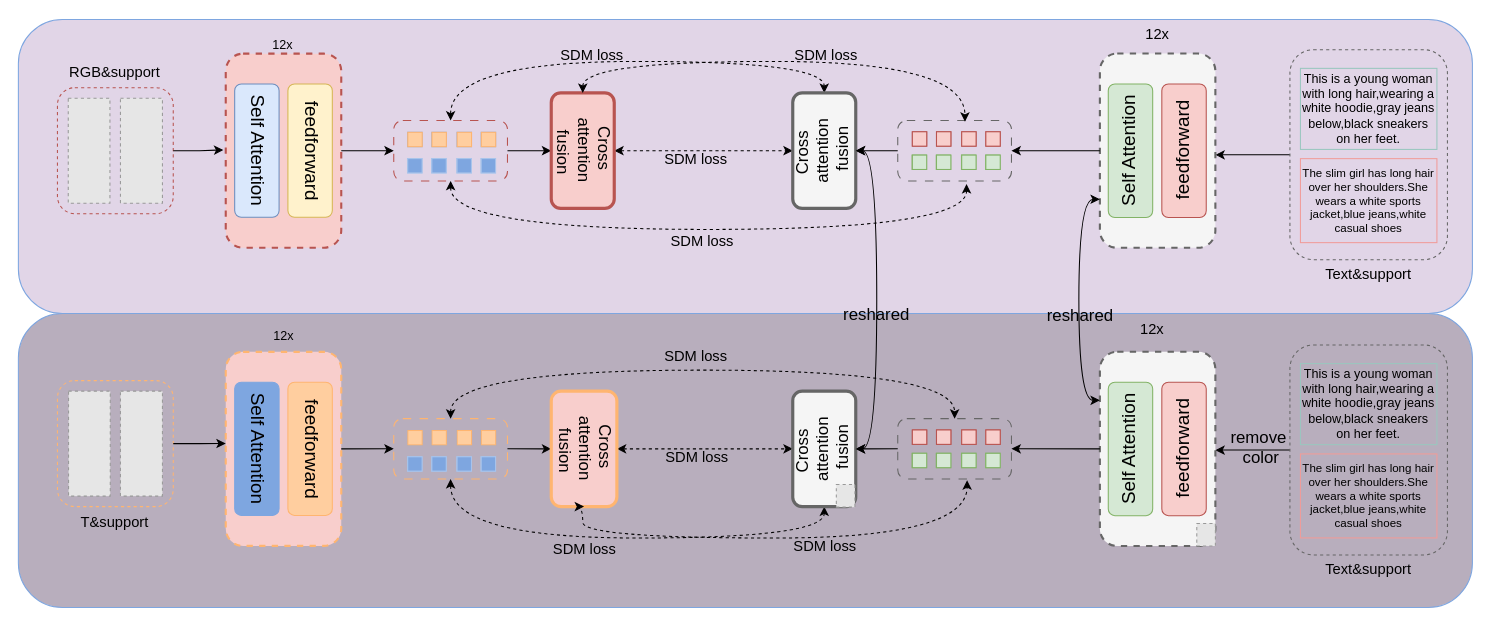
CZYdeGithub/drawio keeps this draw.io diagram as 12.10mlukd_teacher.drawio. Above is the earlier version. Source tidied: cells renumbered, new cells numbered last; positions are measured from the earlier drawing's top-left corner, leaving out a move shared by most shapes. Both pictures are drawn from the tidied source at 105%, with x=0, y=0 at pixel (18, 18). Pictures stored in the file or linked from it are replaced by grey dashed boxes.
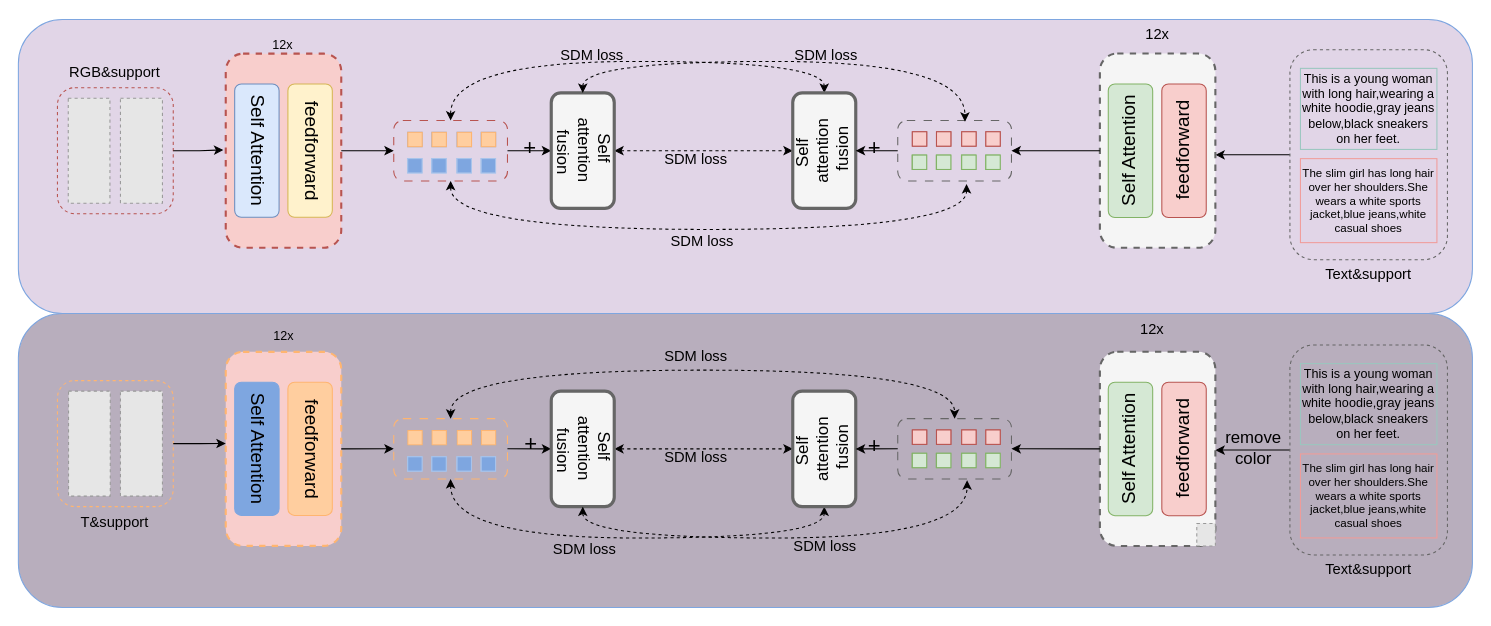
The same page after the edit.

Unchanged cells that the change refers to:
```xml
<mxCell id="4" style="edgeStyle=orthogonalEdgeStyle;rounded=0;jettySize=auto;html=1;exitX=1;exitY=0.5;exitDx=0;exitDy=0;entryX=1;entryY=0.5;entryDx=0;entryDy=0;" parent="1" edge="1" source="7" target="12">
  <mxGeometry relative="1" as="geometry" />
</mxCell>
<mxCell id="25" style="rounded=1;whiteSpace=wrap;html=1;fillColor=#f5f5f5;strokeColor=#666666;dashed=1;strokeWidth=2;direction=west;fontColor=#333333;rotation=-180;" parent="24" vertex="1">
  <mxGeometry width="110" height="185" as="geometry" />
</mxCell>
<mxCell id="47" style="edgeStyle=orthogonalEdgeStyle;rounded=0;jettySize=auto;html=1;exitX=0;exitY=0.5;exitDx=0;exitDy=0;entryX=0;entryY=0.5;entryDx=0;entryDy=0;" parent="1" edge="1" source="48" target="15">
  <mxGeometry relative="1" as="geometry" />
</mxCell>
<mxCell id="73" style="edgeStyle=orthogonalEdgeStyle;rounded=0;jettySize=auto;html=1;exitX=1;exitY=0.5;exitDx=0;exitDy=0;entryX=1;entryY=0.5;entryDx=0;entryDy=0;" parent="1" edge="1" source="76" target="79">
  <mxGeometry relative="1" as="geometry" />
</mxCell>
<mxCell id="102" style="edgeStyle=orthogonalEdgeStyle;rounded=0;jettySize=auto;html=1;exitX=0;exitY=0.5;exitDx=0;exitDy=0;entryX=0;entryY=0.5;entryDx=0;entryDy=0;" parent="1" edge="1" source="103" target="80">
  <mxGeometry relative="1" as="geometry" />
</mxCell>
<mxCell id="133" style="edgeStyle=orthogonalEdgeStyle;rounded=0;jettySize=auto;html=1;exitX=0;exitY=0.5;exitDx=0;exitDy=0;" parent="1" edge="1" source="135">
  <mxGeometry relative="1" as="geometry">
    <mxPoint x="1140" y="411.2" as="targetPoint" />
  </mxGeometry>
</mxCell>
<mxCell id="137" style="rounded=1;whiteSpace=wrap;html=1;fillColor=#f5f5f5;strokeColor=#666666;dashed=1;strokeWidth=2;direction=west;fontColor=#333333;rotation=-180;" parent="136" vertex="1">
  <mxGeometry width="110" height="185" as="geometry" />
</mxCell>
```

The edit, as a diff of the source:
```diff
@@
+    <mxCell id="149" value="+" style="edgeLabel;html=1;align=center;verticalAlign=middle;fontSize=21;labelBackgroundColor=none;" parent="4" vertex="1">
+      <mxGeometry x="0.07" y="-2" relative="1" as="geometry">
+        <mxPoint x="-1" y="-6" as="offset" />
+      </mxGeometry>
+    </mxCell>
@@
-    <mxCell id="12" value="Cross&amp;nbsp;&lt;div&gt;attention&lt;/div&gt;&lt;div&gt;&amp;nbsp;fusion&lt;/div&gt;" style="rounded=1;whiteSpace=wrap;html=1;direction=west;textDirection=vertical-rl;fontSize=16;strokeColor=#b85450;strokeWidth=3;fillColor=#f8cecc;align=center;verticalAlign=middle;fontFamily=Helvetica;fontColor=default;" parent="1" vertex="1">
+    <mxCell id="12" value="Self&amp;nbsp;&lt;div&gt;attention&lt;/div&gt;&lt;div&gt;&amp;nbsp;fusion&lt;/div&gt;" style="rounded=1;whiteSpace=wrap;html=1;direction=west;textDirection=vertical-rl;fontSize=16;strokeColor=#666666;strokeWidth=3;fillColor=#f5f5f5;align=center;verticalAlign=middle;fontFamily=Helvetica;fontColor=default;" parent="1" vertex="1">
       <mxGeometry x="507.5" y="71" width="60" height="110" as="geometry" />
     </mxCell>
-    <mxCell id="13" style="edgeStyle=orthogonalEdgeStyle;rounded=0;jettySize=auto;html=1;exitX=0;exitY=0.5;exitDx=0;exitDy=0;entryX=0;entryY=0.5;entryDx=0;entryDy=0;curved=1;startArrow=classic;startFill=1;" parent="1" edge="1" source="15" target="80">
-      <mxGeometry relative="1" as="geometry" />
-    </mxCell>
-    <mxCell id="14" value="reshared" style="edgeLabel;html=1;align=center;verticalAlign=middle;labelBackgroundColor=none;fontSize=16;" parent="13" vertex="1">
-      <mxGeometry x="-0.13" y="-1" relative="1" as="geometry">
-        <mxPoint y="34" as="offset" />
-      </mxGeometry>
-    </mxCell>
-    <mxCell id="15" value="Cross&amp;nbsp;&lt;div&gt;attention&lt;/div&gt;&lt;div&gt;&amp;nbsp;fusion&lt;/div&gt;" style="rounded=1;whiteSpace=wrap;html=1;direction=east;textDirection=vertical-rl;fontSize=16;strokeColor=#666666;flipV=1;flipH=1;rotation=-180;strokeWidth=3;fillColor=#f5f5f5;" parent="1" vertex="1">
+    <mxCell id="15" value="Self&amp;nbsp;&lt;div&gt;attention&lt;/div&gt;&lt;div&gt;&amp;nbsp;fusion&lt;/div&gt;" style="rounded=1;whiteSpace=wrap;html=1;direction=east;textDirection=vertical-rl;fontSize=16;strokeColor=#666666;flipV=1;flipH=1;rotation=-180;strokeWidth=3;fillColor=#f5f5f5;" parent="1" vertex="1">
       <mxGeometry x="737.5" y="71" width="60" height="110" as="geometry" />
     </mxCell>
@@
+    <mxCell id="150" value="+" style="edgeLabel;html=1;align=center;verticalAlign=middle;fontSize=21;labelBackgroundColor=none;" parent="47" vertex="1">
+      <mxGeometry x="0.1" relative="1" as="geometry">
+        <mxPoint x="-1" y="-4" as="offset" />
+      </mxGeometry>
+    </mxCell>
@@
+    <mxCell id="151" value="+" style="edgeLabel;html=1;align=center;verticalAlign=middle;fontSize=21;labelBackgroundColor=none;" parent="73" vertex="1">
+      <mxGeometry x="0.07" y="-2" relative="1" as="geometry">
+        <mxPoint y="-7" as="offset" />
+      </mxGeometry>
+    </mxCell>
@@
-    <mxCell id="79" value="Cross&amp;nbsp;&lt;div&gt;attention&lt;/div&gt;&lt;div&gt;&amp;nbsp;fusion&lt;/div&gt;" style="rounded=1;whiteSpace=wrap;html=1;direction=west;textDirection=vertical-rl;fontSize=16;strokeColor=#ffb570;strokeWidth=3;fillColor=#f8cecc;align=center;verticalAlign=middle;fontFamily=Helvetica;fontColor=default;" parent="1" vertex="1">
-      <mxGeometry x="507.5" y="355" width="62.5" height="110" as="geometry" />
+    <mxCell id="79" value="Self&amp;nbsp;&lt;div&gt;attention&lt;/div&gt;&lt;div&gt;&amp;nbsp;fusion&lt;/div&gt;" style="rounded=1;whiteSpace=wrap;html=1;direction=west;textDirection=vertical-rl;fontSize=16;strokeColor=#666666;strokeWidth=3;fillColor=#f5f5f5;align=center;verticalAlign=middle;fontFamily=Helvetica;fontColor=default;" parent="1" vertex="1">
+      <mxGeometry x="507.5" y="355" width="60" height="110" as="geometry" />
     </mxCell>
-    <mxCell id="80" value="Cross&amp;nbsp;&lt;div&gt;attention&lt;/div&gt;&lt;div&gt;&amp;nbsp;fusion&lt;/div&gt;" style="rounded=1;whiteSpace=wrap;html=1;direction=east;textDirection=vertical-rl;fontSize=16;strokeColor=#666666;flipV=1;flipH=1;rotation=-180;strokeWidth=3;fillColor=#f5f5f5;" parent="1" vertex="1">
+    <mxCell id="80" value="Self&amp;nbsp;&lt;div&gt;attention&lt;/div&gt;&lt;div&gt;&amp;nbsp;fusion&lt;/div&gt;" style="rounded=1;whiteSpace=wrap;html=1;direction=east;textDirection=vertical-rl;fontSize=16;strokeColor=#666666;flipV=1;flipH=1;rotation=-180;strokeWidth=3;fillColor=#f5f5f5;" parent="1" vertex="1">
       <mxGeometry x="737.5" y="355" width="60" height="110" as="geometry" />
     </mxCell>
@@
+    <mxCell id="152" value="+" style="edgeLabel;html=1;align=center;verticalAlign=middle;fontSize=21;labelBackgroundColor=none;" parent="102" vertex="1">
+      <mxGeometry x="0.1" relative="1" as="geometry">
+        <mxPoint x="-1" y="-4" as="offset" />
+      </mxGeometry>
+    </mxCell>
@@
-    <mxCell id="134" value="remove&lt;div&gt;&amp;nbsp;color&lt;div&gt;&lt;br&gt;&lt;/div&gt;&lt;/div&gt;" style="edgeLabel;html=1;align=center;verticalAlign=middle;labelBackgroundColor=none;fontSize=16;" parent="133" vertex="1">
-      <mxGeometry x="-0.25" y="1" relative="1" as="geometry">
-        <mxPoint x="-4" y="5" as="offset" />
+    <mxCell id="134" value="remove&lt;div&gt;color&lt;/div&gt;" style="edgeLabel;html=1;align=center;verticalAlign=middle;labelBackgroundColor=none;fontSize=16;" parent="133" vertex="1">
+      <mxGeometry x="-0.02" y="-3" relative="1" as="geometry">
+        <mxPoint x="2" y="-3" as="offset" />
       </mxGeometry>
     </mxCell>
@@
-    <mxCell id="146" style="edgeStyle=orthogonalEdgeStyle;rounded=0;jettySize=auto;html=1;exitX=0;exitY=0.75;exitDx=0;exitDy=0;entryX=0;entryY=0.25;entryDx=0;entryDy=0;curved=1;startArrow=classic;startFill=1;" parent="1" edge="1" source="25" target="137">
-      <mxGeometry relative="1" as="geometry" />
-    </mxCell>
-    <mxCell id="147" value="reshared" style="edgeLabel;html=1;align=center;verticalAlign=middle;labelBackgroundColor=none;fontSize=16;" parent="146" vertex="1">
-      <mxGeometry x="-0.06" y="-3" relative="1" as="geometry">
-        <mxPoint x="3" y="21" as="offset" />
-      </mxGeometry>
-    </mxCell>
-    <mxCell id="148" style="fillColor=#E6E6E6;strokeColor=#999999;dashed=1;verticalLabelPosition=bottom;labelBackgroundColor=default;verticalAlign=top;" parent="1" vertex="1">
-      <mxGeometry x="779" y="444" width="17.7" height="21.5" as="geometry" />
-    </mxCell>
```
